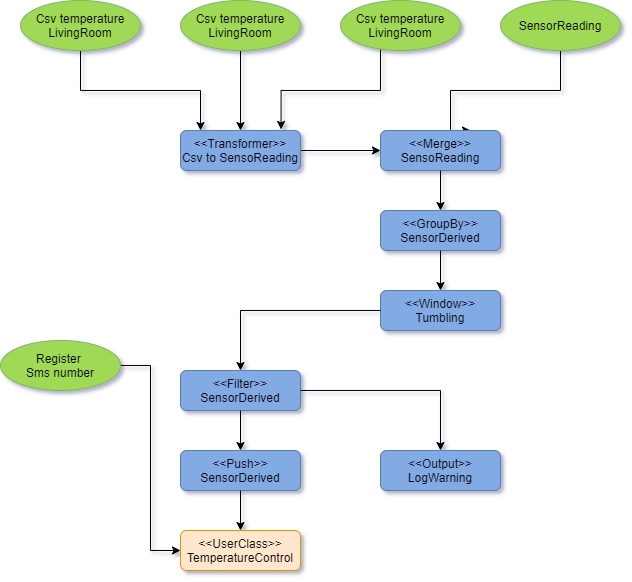
gregv12/fluxtion keeps this draw.io diagram as .gitbook/assets/quickstartoverview.png. Above is the earlier version. Source tidied: cells renumbered, new cells last; positions are measured from the earlier drawing's top-left corner, leaving out a move shared by most shapes.
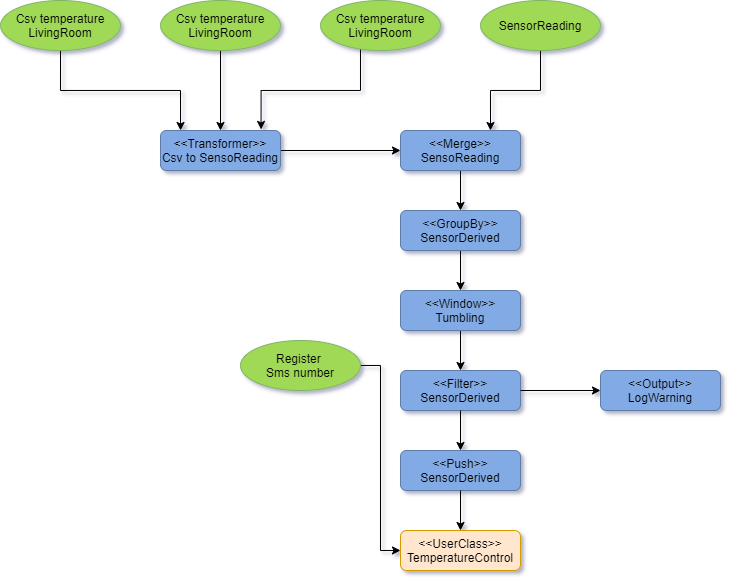
Later version of the same file.

Commit message:
GitBook: [master] no pages and one asset modified

The edit, as a diff of the source:
```diff
@@ -37,60 +37,58 @@
       <mxGeometry x="340" width="120" height="50" as="geometry" />
     </mxCell>
     <mxCell id="10" style="edgeStyle=orthogonalEdgeStyle;rounded=0;jettySize=auto;html=1;entryX=0.75;entryY=0;entryDx=0;entryDy=0;fontFamily=Helvetica;" parent="1" edge="1" source="11" target="12">
-      <mxGeometry relative="1" as="geometry">
-        <Array as="points">
-          <mxPoint x="560" y="90" />
-          <mxPoint x="450" y="90" />
-        </Array>
-      </mxGeometry>
+      <mxGeometry relative="1" as="geometry" />
     </mxCell>
     <mxCell id="11" value="SensorReading" style="ellipse;whiteSpace=wrap;html=1;fillColor=#9FD956;strokeColor=#82b366;" parent="1" vertex="1">
       <mxGeometry x="500" width="120" height="50" as="geometry" />
     </mxCell>
+    <mxCell id="14" style="edgeStyle=orthogonalEdgeStyle;rounded=0;jettySize=auto;html=1;entryX=0.5;entryY=0;entryDx=0;entryDy=0;fontFamily=Helvetica;" parent="1" edge="1" source="12" target="13">
+      <mxGeometry relative="1" as="geometry" />
+    </mxCell>
     <mxCell id="12" value="&lt;span style=&quot;white-space: normal&quot;&gt;&amp;lt;&amp;lt;Merge&amp;gt;&amp;gt;&lt;br&gt;SensoReading&lt;/span&gt;" style="rounded=1;whiteSpace=wrap;html=1;fillColor=#82ABE6;strokeColor=#5E7BA6;fontFamily=Helvetica;" parent="1" vertex="1">
-      <mxGeometry x="380" y="130" width="120" height="40" as="geometry" />
+      <mxGeometry x="420" y="130" width="120" height="40" as="geometry" />
     </mxCell>
+    <mxCell id="16" style="edgeStyle=orthogonalEdgeStyle;rounded=0;jettySize=auto;html=1;fontFamily=Helvetica;" parent="1" edge="1" source="13" target="15">
+      <mxGeometry relative="1" as="geometry" />
+    </mxCell>
     <mxCell id="13" value="&lt;span style=&quot;white-space: normal&quot;&gt;&amp;lt;&amp;lt;GroupBy&amp;gt;&amp;gt;&lt;br&gt;SensorDerived&lt;br&gt;&lt;/span&gt;" style="rounded=1;whiteSpace=wrap;html=1;fillColor=#82ABE6;strokeColor=#5E7BA6;fontFamily=Helvetica;" parent="1" vertex="1">
-      <mxGeometry x="380" y="210" width="120" height="40" as="geometry" />
+      <mxGeometry x="420" y="210" width="120" height="40" as="geometry" />
     </mxCell>
-    <mxCell id="14" style="edgeStyle=orthogonalEdgeStyle;rounded=0;jettySize=auto;html=1;entryX=0.5;entryY=0;entryDx=0;entryDy=0;fontFamily=Helvetica;" parent="1" edge="1" source="12" target="13">
-      <mxGeometry relative="1" as="geometry" />
-    </mxCell>
+    <mxCell id="17" style="edgeStyle=orthogonalEdgeStyle;rounded=0;jettySize=auto;html=1;entryX=0.5;entryY=0;entryDx=0;entryDy=0;fontFamily=Helvetica;" parent="1" edge="1" source="15" target="18">
+      <mxGeometry relative="1" as="geometry" />
+    </mxCell>
     <mxCell id="15" value="&lt;span style=&quot;white-space: normal&quot;&gt;&amp;lt;&amp;lt;Window&amp;gt;&amp;gt;&lt;br&gt;Tumbling&lt;br&gt;&lt;/span&gt;" style="rounded=1;whiteSpace=wrap;html=1;fillColor=#82ABE6;strokeColor=#5E7BA6;fontFamily=Helvetica;" parent="1" vertex="1">
-      <mxGeometry x="380" y="290" width="120" height="40" as="geometry" />
+      <mxGeometry x="420" y="290" width="120" height="40" as="geometry" />
     </mxCell>
-    <mxCell id="16" style="edgeStyle=orthogonalEdgeStyle;rounded=0;jettySize=auto;html=1;fontFamily=Helvetica;" parent="1" edge="1" source="13" target="15">
-      <mxGeometry relative="1" as="geometry" />
-    </mxCell>
-    <mxCell id="17" style="edgeStyle=orthogonalEdgeStyle;rounded=0;jettySize=auto;html=1;entryX=0.5;entryY=0;entryDx=0;entryDy=0;fontFamily=Helvetica;" parent="1" edge="1" source="15" target="18">
-      <mxGeometry relative="1" as="geometry" />
-    </mxCell>
+    <mxCell id="27" style="group;" parent="1" vertex="1">
+      <mxGeometry x="260" y="340" width="480" height="230" as="geometry" />
+    </mxCell>
-    <mxCell id="18" value="&lt;span style=&quot;white-space: normal&quot;&gt;&amp;lt;&amp;lt;Filter&amp;gt;&amp;gt;&lt;br&gt;SensorDerived&lt;br&gt;&lt;/span&gt;" style="rounded=1;whiteSpace=wrap;html=1;fillColor=#82ABE6;strokeColor=#5E7BA6;fontFamily=Helvetica;" parent="1" vertex="1">
-      <mxGeometry x="180" y="370" width="120" height="40" as="geometry" />
+    <mxCell id="18" value="&lt;span style=&quot;white-space: normal&quot;&gt;&amp;lt;&amp;lt;Filter&amp;gt;&amp;gt;&lt;br&gt;SensorDerived&lt;br&gt;&lt;/span&gt;" style="rounded=1;whiteSpace=wrap;html=1;fillColor=#82ABE6;strokeColor=#5E7BA6;fontFamily=Helvetica;" parent="27" vertex="1">
+      <mxGeometry x="160" y="30" width="120" height="40" as="geometry" />
     </mxCell>
-    <mxCell id="19" value="&lt;span style=&quot;white-space: normal&quot;&gt;&amp;lt;&amp;lt;Output&amp;gt;&amp;gt;&lt;br&gt;LogWarning&lt;br&gt;&lt;/span&gt;" style="rounded=1;whiteSpace=wrap;html=1;fillColor=#82ABE6;strokeColor=#5E7BA6;fontFamily=Helvetica;" parent="1" vertex="1">
-      <mxGeometry x="380" y="450" width="120" height="40" as="geometry" />
+    <mxCell id="19" value="&lt;span style=&quot;white-space: normal&quot;&gt;&amp;lt;&amp;lt;Output&amp;gt;&amp;gt;&lt;br&gt;LogWarning&lt;br&gt;&lt;/span&gt;" style="rounded=1;whiteSpace=wrap;html=1;fillColor=#82ABE6;strokeColor=#5E7BA6;fontFamily=Helvetica;" parent="27" vertex="1">
+      <mxGeometry x="360" y="30" width="120" height="40" as="geometry" />
     </mxCell>
-    <mxCell id="20" style="edgeStyle=orthogonalEdgeStyle;rounded=0;jettySize=auto;html=1;fontFamily=Helvetica;" parent="1" edge="1" source="18" target="19">
+    <mxCell id="20" style="edgeStyle=orthogonalEdgeStyle;rounded=0;jettySize=auto;html=1;fontFamily=Helvetica;" parent="27" edge="1" source="18" target="19">
       <mxGeometry relative="1" as="geometry" />
     </mxCell>
-    <mxCell id="21" value="&lt;span style=&quot;white-space: normal&quot;&gt;&amp;lt;&amp;lt;Push&amp;gt;&amp;gt;&lt;br&gt;SensorDerived&lt;br&gt;&lt;/span&gt;" style="rounded=1;whiteSpace=wrap;html=1;fillColor=#82ABE6;strokeColor=#5E7BA6;fontFamily=Helvetica;" parent="1" vertex="1">
-      <mxGeometry x="180" y="450" width="120" height="40" as="geometry" />
+    <mxCell id="21" value="&lt;span style=&quot;white-space: normal&quot;&gt;&amp;lt;&amp;lt;Push&amp;gt;&amp;gt;&lt;br&gt;SensorDerived&lt;br&gt;&lt;/span&gt;" style="rounded=1;whiteSpace=wrap;html=1;fillColor=#82ABE6;strokeColor=#5E7BA6;fontFamily=Helvetica;" parent="27" vertex="1">
+      <mxGeometry x="160" y="110" width="120" height="40" as="geometry" />
     </mxCell>
-    <mxCell id="22" style="edgeStyle=orthogonalEdgeStyle;rounded=0;jettySize=auto;html=1;entryX=0.5;entryY=0;entryDx=0;entryDy=0;fontFamily=Helvetica;" parent="1" edge="1" source="18" target="21">
+    <mxCell id="22" style="edgeStyle=orthogonalEdgeStyle;rounded=0;jettySize=auto;html=1;entryX=0.5;entryY=0;entryDx=0;entryDy=0;fontFamily=Helvetica;" parent="27" edge="1" source="18" target="21">
       <mxGeometry relative="1" as="geometry" />
     </mxCell>
-    <mxCell id="23" value="&lt;span style=&quot;white-space: normal&quot;&gt;&amp;lt;&amp;lt;UserClass&amp;gt;&amp;gt;&lt;br&gt;TemperatureControl&lt;br&gt;&lt;/span&gt;" style="rounded=1;whiteSpace=wrap;html=1;fillColor=#ffe6cc;strokeColor=#d79b00;fontFamily=Helvetica;" parent="1" vertex="1">
-      <mxGeometry x="180" y="530" width="120" height="40" as="geometry" />
+    <mxCell id="23" value="&lt;span style=&quot;white-space: normal&quot;&gt;&amp;lt;&amp;lt;UserClass&amp;gt;&amp;gt;&lt;br&gt;TemperatureControl&lt;br&gt;&lt;/span&gt;" style="rounded=1;whiteSpace=wrap;html=1;fillColor=#ffe6cc;strokeColor=#d79b00;fontFamily=Helvetica;" parent="27" vertex="1">
+      <mxGeometry x="160" y="190" width="120" height="40" as="geometry" />
     </mxCell>
-    <mxCell id="24" style="edgeStyle=orthogonalEdgeStyle;rounded=0;jettySize=auto;html=1;entryX=0.5;entryY=0;entryDx=0;entryDy=0;fontFamily=Helvetica;" parent="1" edge="1" source="21" target="23">
+    <mxCell id="24" style="edgeStyle=orthogonalEdgeStyle;rounded=0;jettySize=auto;html=1;entryX=0.5;entryY=0;entryDx=0;entryDy=0;fontFamily=Helvetica;" parent="27" edge="1" source="21" target="23">
       <mxGeometry relative="1" as="geometry" />
     </mxCell>
-    <mxCell id="25" style="edgeStyle=orthogonalEdgeStyle;rounded=0;jettySize=auto;html=1;entryX=0;entryY=0.5;entryDx=0;entryDy=0;fontFamily=Helvetica;" parent="1" edge="1" source="26" target="23">
+    <mxCell id="25" style="edgeStyle=orthogonalEdgeStyle;rounded=0;jettySize=auto;html=1;entryX=0;entryY=0.5;entryDx=0;entryDy=0;fontFamily=Helvetica;" parent="27" edge="1" source="26" target="23">
       <mxGeometry relative="1" as="geometry" />
     </mxCell>
-    <mxCell id="26" value="Register &lt;br&gt;Sms number" style="ellipse;whiteSpace=wrap;html=1;fillColor=#9FD956;strokeColor=#82b366;" parent="1" vertex="1">
-      <mxGeometry y="340" width="120" height="50" as="geometry" />
+    <mxCell id="26" value="Register &lt;br&gt;Sms number" style="ellipse;whiteSpace=wrap;html=1;fillColor=#9FD956;strokeColor=#82b366;" parent="27" vertex="1">
+      <mxGeometry width="120" height="50" as="geometry" />
     </mxCell>
   </root>
 </mxGraphModel>
```
